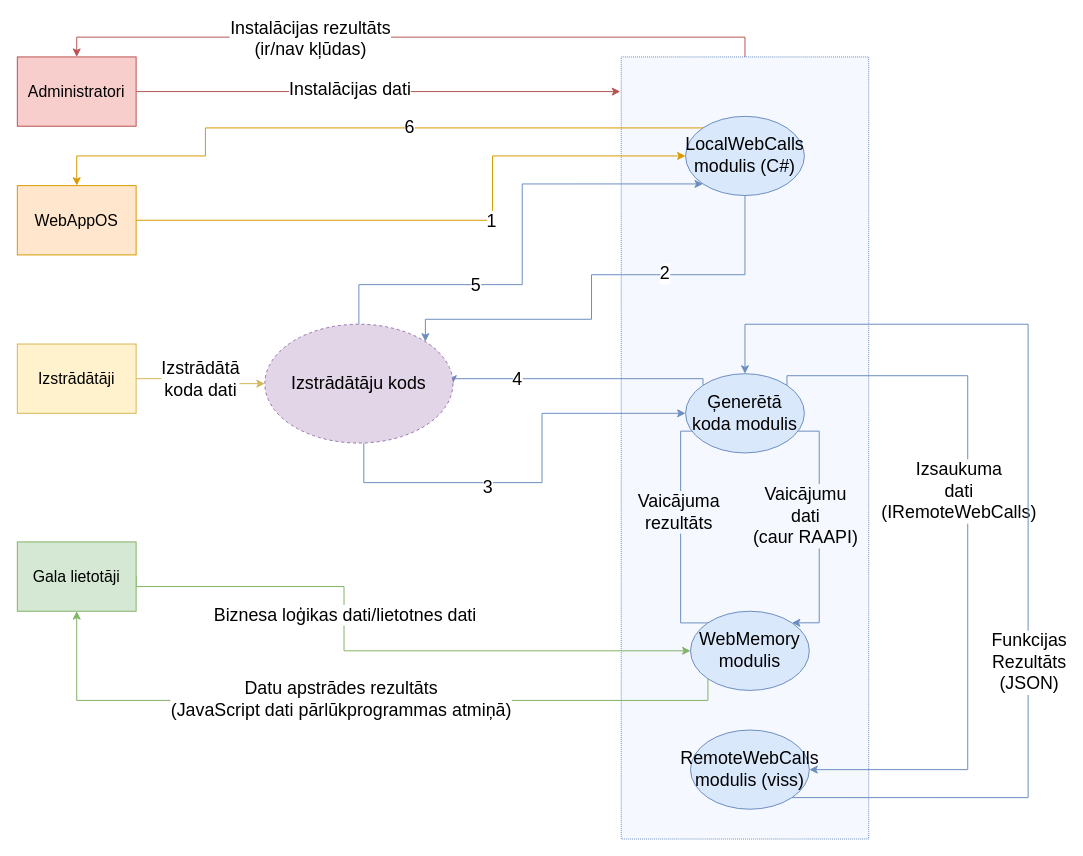
artiks12/webAppOS keeps this draw.io diagram as page "1. level part 2" (3 of 9) of src/Kvalifikacijas darbs/Diagrammas/DPD.drawio. Above is the earlier version. Source tidied: cells renumbered, new cells numbered last; positions are measured from the earlier drawing's top-left corner, leaving out a move shared by most shapes. Both pictures are drawn from the tidied source at 99%, with x=0, y=0 at pixel (17, 56).
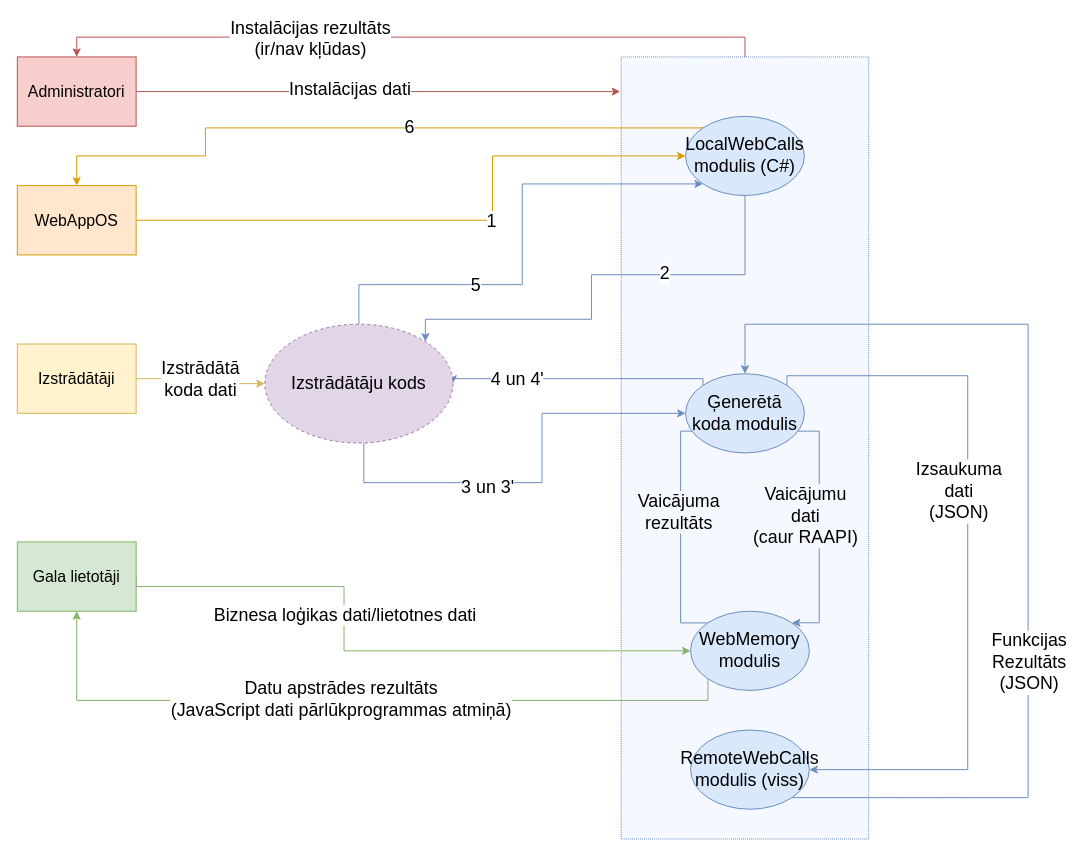
Above is the later version.

The change refers to these unchanged cells:
```xml
<mxCell id="21" style="edgeStyle=orthogonalEdgeStyle;rounded=0;jettySize=auto;html=1;exitX=1;exitY=0;exitDx=0;exitDy=0;entryX=1;entryY=0.5;entryDx=0;entryDy=0;fillColor=#dae8fc;strokeColor=#6c8ebf;" parent="1" edge="1" source="25" target="28">
  <mxGeometry relative="1" as="geometry">
    <Array as="points">
      <mxPoint x="777" y="322" />
      <mxPoint x="960" y="322" />
      <mxPoint x="960" y="720" />
    </Array>
  </mxGeometry>
</mxCell>
<mxCell id="23" style="edgeStyle=orthogonalEdgeStyle;rounded=0;jettySize=auto;html=1;exitX=0;exitY=0;exitDx=0;exitDy=0;entryX=1;entryY=0.5;entryDx=0;entryDy=0;fillColor=#dae8fc;strokeColor=#6c8ebf;" parent="1" edge="1" source="25" target="41">
  <mxGeometry relative="1" as="geometry">
    <Array as="points">
      <mxPoint x="693" y="325" />
    </Array>
  </mxGeometry>
</mxCell>
<mxCell id="37" style="edgeStyle=orthogonalEdgeStyle;rounded=0;jettySize=auto;html=1;entryX=0;entryY=0.5;entryDx=0;entryDy=0;fillColor=#dae8fc;strokeColor=#6c8ebf;" parent="1" edge="1" source="41" target="25">
  <mxGeometry relative="1" as="geometry">
    <Array as="points">
      <mxPoint x="350" y="430" />
      <mxPoint x="530" y="430" />
      <mxPoint x="530" y="360" />
    </Array>
  </mxGeometry>
</mxCell>
```

Change to the diagram source:
```diff
@@
-    <mxCell id="22" value="&lt;font style=&quot;font-size: 18px&quot;&gt;Izsaukuma &lt;br&gt;dati&lt;br&gt;(IRemoteWebCalls)&lt;br&gt;&lt;/font&gt;" style="edgeLabel;html=1;align=center;verticalAlign=middle;" parent="21" vertex="1">
+    <mxCell id="22" value="&lt;font style=&quot;font-size: 18px&quot;&gt;Izsaukuma &lt;br&gt;dati&lt;br&gt;(JSON)&lt;br&gt;&lt;/font&gt;" style="edgeLabel;html=1;align=center;verticalAlign=middle;" parent="21" vertex="1">
       <mxGeometry x="-0.12" relative="1" as="geometry">
         <mxPoint x="-10" y="-21" as="offset" />
       </mxGeometry>
     </mxCell>
@@
-    <mxCell id="24" value="&lt;span style=&quot;font-size: 18px&quot;&gt;4&lt;/span&gt;" style="edgeLabel;html=1;align=center;verticalAlign=middle;" parent="23" vertex="1">
+    <mxCell id="24" value="&lt;span style=&quot;font-size: 18px&quot;&gt;4 un 4'&lt;/span&gt;" style="edgeLabel;html=1;align=center;verticalAlign=middle;" parent="23" vertex="1">
       <mxGeometry x="0.23" y="-2" relative="1" as="geometry">
         <mxPoint x="-32" y="2" as="offset" />
       </mxGeometry>
     </mxCell>
@@
-    <mxCell id="38" value="3" style="edgeLabel;html=1;align=center;verticalAlign=middle;fontSize=18;" parent="37" vertex="1">
+    <mxCell id="38" value="3 un 3'" style="edgeLabel;html=1;align=center;verticalAlign=middle;fontSize=18;" parent="37" vertex="1">
       <mxGeometry x="-0.24" y="-4" relative="1" as="geometry" />
     </mxCell>
```
